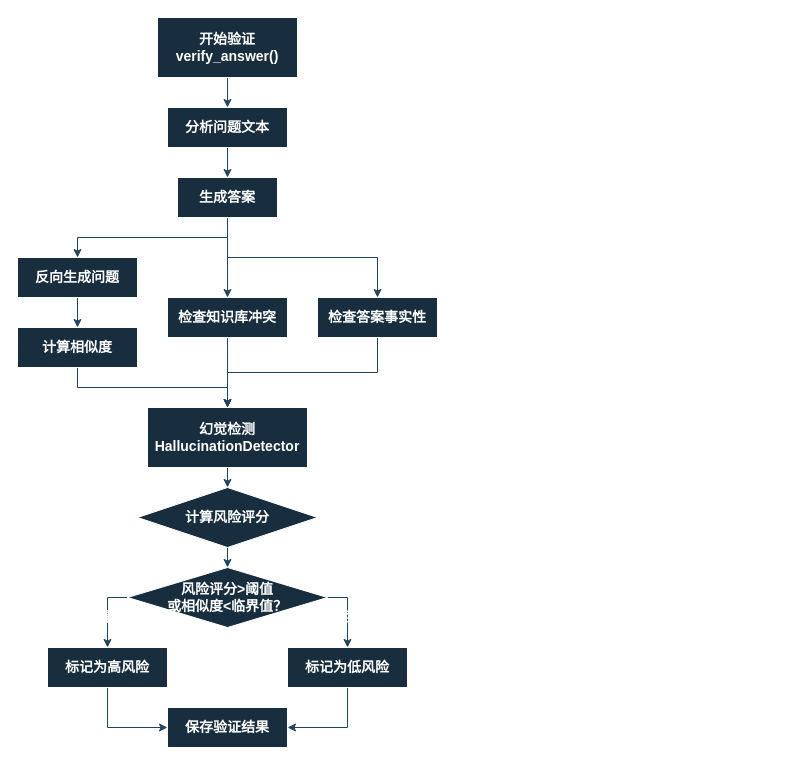
yishengyixiao/bishe keeps this draw.io diagram as 3.drawio. Above is the earlier version. Source tidied: cells renumbered, new cells numbered last; positions are measured from the earlier drawing's top-left corner, leaving out a move shared by most shapes. Both pictures are drawn from the tidied source at 100%, with x=0, y=0 at pixel (17, 17).
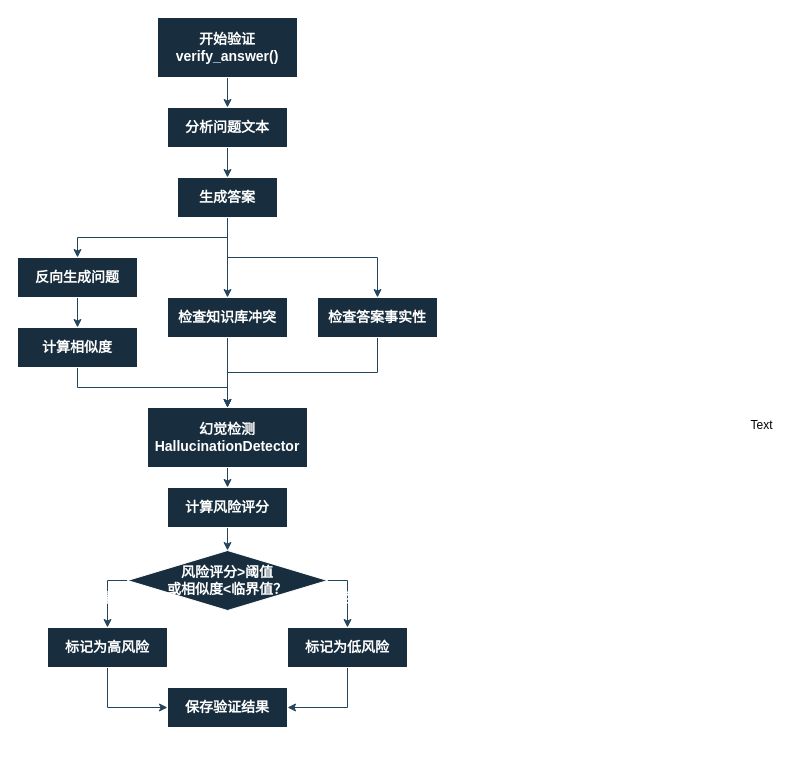
After the change.

The change refers to these unchanged cells:
```xml
<mxCell id="19" value="幻觉检测&lt;div&gt;HallucinationDetector&lt;/div&gt;" style="rounded=0;whiteSpace=wrap;html=1;labelBackgroundColor=none;fillColor=#182E3E;strokeColor=#FFFFFF;fontColor=#FFFFFF;fontStyle=1;fontSize=14;" parent="1" vertex="1">
  <mxGeometry x="130" y="390" width="160" height="60" as="geometry" />
</mxCell>
```

What changed in the source:
```diff
@@
-    <mxCell id="18" style="edgeStyle=orthogonalEdgeStyle;rounded=0;jettySize=auto;html=1;exitX=0.5;exitY=1;exitDx=0;exitDy=0;entryX=0.5;entryY=0;entryDx=0;entryDy=0;labelBackgroundColor=none;strokeColor=#23445D;fontColor=default;fontStyle=1;fontSize=14;" parent="1" edge="1" source="19" target="21">
-      <mxGeometry relative="1" as="geometry" />
+    <mxCell id="18" style="edgeStyle=orthogonalEdgeStyle;rounded=0;jettySize=auto;html=1;exitX=0.5;exitY=1;exitDx=0;exitDy=0;entryX=0.5;entryY=0;entryDx=0;entryDy=0;labelBackgroundColor=none;strokeColor=#23445D;fontColor=default;fontStyle=1;fontSize=14;" parent="1" edge="1" source="19">
+      <mxGeometry relative="1" as="geometry">
+        <mxPoint x="210" y="470" as="targetPoint" />
+      </mxGeometry>
     </mxCell>
@@
-    <mxCell id="20" style="edgeStyle=orthogonalEdgeStyle;rounded=0;jettySize=auto;html=1;exitX=0.5;exitY=1;exitDx=0;exitDy=0;entryX=0.5;entryY=0;entryDx=0;entryDy=0;labelBackgroundColor=none;strokeColor=#23445D;fontColor=default;fontStyle=1;fontSize=14;" parent="1" edge="1" source="21" target="26">
-      <mxGeometry relative="1" as="geometry" />
+    <mxCell id="20" style="edgeStyle=orthogonalEdgeStyle;rounded=0;jettySize=auto;html=1;exitX=0.5;exitY=1;exitDx=0;exitDy=0;entryX=0.5;entryY=0;entryDx=0;entryDy=0;labelBackgroundColor=none;strokeColor=#23445D;fontColor=default;fontStyle=1;fontSize=14;" parent="1" edge="1" target="26">
+      <mxGeometry relative="1" as="geometry">
+        <mxPoint x="210" y="510" as="sourcePoint" />
+      </mxGeometry>
     </mxCell>
-    <mxCell id="21" value="计算风险评分" style="rhombus;whiteSpace=wrap;html=1;labelBackgroundColor=none;fillColor=#182E3E;strokeColor=#FFFFFF;fontColor=#FFFFFF;fontStyle=1;fontSize=14;" parent="1" vertex="1">
-      <mxGeometry x="120" y="470" width="180" height="60" as="geometry" />
-    </mxCell>
@@
     <mxCell id="26" value="风险评分&amp;gt;阈值&lt;div&gt;或相似度&amp;lt;临界值？&lt;/div&gt;" style="rhombus;whiteSpace=wrap;html=1;labelBackgroundColor=none;fillColor=#182E3E;strokeColor=#FFFFFF;fontColor=#FFFFFF;fontStyle=1;fontSize=14;" parent="1" vertex="1">
-      <mxGeometry x="110" y="550" width="200" height="60" as="geometry" />
+      <mxGeometry x="110" y="533" width="200" height="60" as="geometry" />
     </mxCell>
@@
     <mxCell id="28" value="标记为高风险" style="rounded=0;whiteSpace=wrap;html=1;labelBackgroundColor=none;fillColor=#182E3E;strokeColor=#FFFFFF;fontColor=#FFFFFF;fontStyle=1;fontSize=14;" parent="1" vertex="1">
-      <mxGeometry x="30" y="630" width="120" height="40" as="geometry" />
+      <mxGeometry x="30" y="610" width="120" height="40" as="geometry" />
     </mxCell>
@@
     <mxCell id="30" value="标记为低风险" style="rounded=0;whiteSpace=wrap;html=1;labelBackgroundColor=none;fillColor=#182E3E;strokeColor=#FFFFFF;fontColor=#FFFFFF;fontStyle=1;fontSize=14;" parent="1" vertex="1">
-      <mxGeometry x="270" y="630" width="120" height="40" as="geometry" />
+      <mxGeometry x="270" y="610" width="120" height="40" as="geometry" />
     </mxCell>
     <mxCell id="31" value="保存验证结果" style="rounded=0;whiteSpace=wrap;html=1;labelBackgroundColor=none;fillColor=#182E3E;strokeColor=#FFFFFF;fontColor=#FFFFFF;fontStyle=1;fontSize=14;" parent="1" vertex="1">
-      <mxGeometry x="150" y="690" width="120" height="40" as="geometry" />
+      <mxGeometry x="150" y="670" width="120" height="40" as="geometry" />
     </mxCell>
+    <mxCell id="21" value="计算风险评分" style="rounded=0;whiteSpace=wrap;html=1;labelBackgroundColor=none;fillColor=#182E3E;strokeColor=#FFFFFF;fontColor=#FFFFFF;fontStyle=1;fontSize=14;" parent="1" vertex="1">
+      <mxGeometry x="150" y="470" width="120" height="40" as="geometry" />
+    </mxCell>
+    <mxCell id="32" value="Text" style="text;html=1;align=center;verticalAlign=middle;strokeColor=none;fillColor=none;" parent="1" vertex="1">
+      <mxGeometry x="724" y="395" width="40" height="26" as="geometry" />
+    </mxCell>
```
